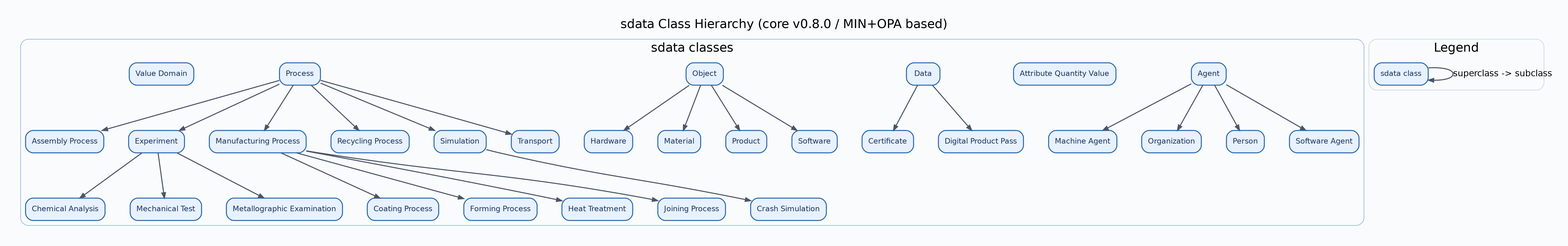
Before: docs/diagrams/sdata-class-hierarchy.png, a diagram exported from Graphviz (lepy/sdata-ontology). Its source is kept beside it as docs/diagrams/sdata-class-hierarchy.dot.
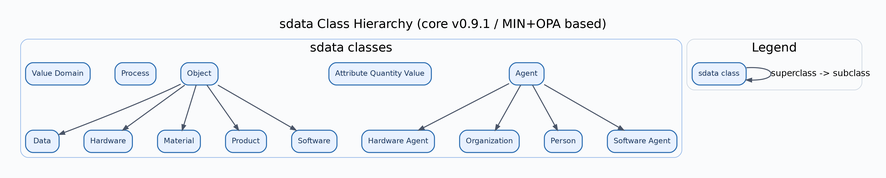
Later version of the same file.

Change to the diagram source:
```diff
@@ -2,7 +2,7 @@
 	graph [bgcolor="#FAFBFC",
 		fontname=Helvetica,
 		fontsize=20,
-		label="sdata Class Hierarchy (core v0.8.0 / MIN+OPA based)",
+		label="sdata Class Hierarchy (core v0.9.1 / MIN+OPA based)",
 		labeljust=c,
 		labelloc=t,
 		nodesep=0.55,
@@ -34,78 +34,26 @@
 			fillcolor="#E8F1FF",
 			fontcolor="#1A365D",
 			label=Agent];
-		"https://w3id.org/sdata/core/AssemblyProcess"	[color="#2B6CB0",
-			fillcolor="#E8F1FF",
-			fontcolor="#1A365D",
-			label="Assembly Process"];
 		"https://w3id.org/sdata/core/AttributeQuantityValue"	[color="#2B6CB0",
 			fillcolor="#E8F1FF",
 			fontcolor="#1A365D",
 			label="Attribute Quantity Value"];
-		"https://w3id.org/sdata/core/Certificate"	[color="#2B6CB0",
-			fillcolor="#E8F1FF",
-			fontcolor="#1A365D",
-			label=Certificate];
-		"https://w3id.org/sdata/core/ChemicalAnalysis"	[color="#2B6CB0",
-			fillcolor="#E8F1FF",
-			fontcolor="#1A365D",
-			label="Chemical Analysis"];
-		"https://w3id.org/sdata/core/CoatingProcess"	[color="#2B6CB0",
-			fillcolor="#E8F1FF",
-			fontcolor="#1A365D",
-			label="Coating Process"];
-		"https://w3id.org/sdata/core/CrashSimulation"	[color="#2B6CB0",
-			fillcolor="#E8F1FF",
-			fontcolor="#1A365D",
-			label="Crash Simulation"];
 		"https://w3id.org/sdata/core/Data"	[color="#2B6CB0",
 			fillcolor="#E8F1FF",
 			fontcolor="#1A365D",
 			label=Data];
-		"https://w3id.org/sdata/core/DigitalProductPass"	[color="#2B6CB0",
-			fillcolor="#E8F1FF",
-			fontcolor="#1A365D",
-			label="Digital Product Pass"];
-		"https://w3id.org/sdata/core/Experiment"	[color="#2B6CB0",
-			fillcolor="#E8F1FF",
-			fontcolor="#1A365D",
-			label=Experiment];
-		"https://w3id.org/sdata/core/FormingProcess"	[color="#2B6CB0",
-			fillcolor="#E8F1FF",
-			fontcolor="#1A365D",
-			label="Forming Process"];
 		"https://w3id.org/sdata/core/Hardware"	[color="#2B6CB0",
 			fillcolor="#E8F1FF",
 			fontcolor="#1A365D",
 			label=Hardware];
-		"https://w3id.org/sdata/core/HeatTreatment"	[color="#2B6CB0",
+		"https://w3id.org/sdata/core/HardwareAgent"	[color="#2B6CB0",
 			fillcolor="#E8F1FF",
 			fontcolor="#1A365D",
-			label="Heat Treatment"];
-		"https://w3id.org/sdata/core/JoiningProcess"	[color="#2B6CB0",
-			fillcolor="#E8F1FF",
-			fontcolor="#1A365D",
-			label="Joining Process"];
-		"https://w3id.org/sdata/core/MachineAgent"	[color="#2B6CB0",
-			fillcolor="#E8F1FF",
-			fontcolor="#1A365D",
-			label="Machine Agent"];
-		"https://w3id.org/sdata/core/ManufacturingProcess"	[color="#2B6CB0",
-			fillcolor="#E8F1FF",
-			fontcolor="#1A365D",
-			label="Manufacturing Process"];
+			label="Hardware Agent"];
 		"https://w3id.org/sdata/core/Material"	[color="#2B6CB0",
 			fillcolor="#E8F1FF",
 			fontcolor="#1A365D",
 			label=Material];
-		"https://w3id.org/sdata/core/MechanicalTest"	[color="#2B6CB0",
-			fillcolor="#E8F1FF",
-			fontcolor="#1A365D",
-			label="Mechanical Test"];
-		"https://w3id.org/sdata/core/MetallographicExamination"	[color="#2B6CB0",
-			fillcolor="#E8F1FF",
-			fontcolor="#1A365D",
-			label="Metallographic Examination"];
 		"https://w3id.org/sdata/core/Object"	[color="#2B6CB0",
 			fillcolor="#E8F1FF",
 			fontcolor="#1A365D",
@@ -126,14 +74,6 @@
 			fillcolor="#E8F1FF",
 			fontcolor="#1A365D",
 			label=Product];
-		"https://w3id.org/sdata/core/RecyclingProcess"	[color="#2B6CB0",
-			fillcolor="#E8F1FF",
-			fontcolor="#1A365D",
-			label="Recycling Process"];
-		"https://w3id.org/sdata/core/Simulation"	[color="#2B6CB0",
-			fillcolor="#E8F1FF",
-			fontcolor="#1A365D",
-			label=Simulation];
 		"https://w3id.org/sdata/core/Software"	[color="#2B6CB0",
 			fillcolor="#E8F1FF",
 			fontcolor="#1A365D",
@@ -142,10 +82,6 @@
 			fillcolor="#E8F1FF",
 			fontcolor="#1A365D",
 			label="Software Agent"];
-		"https://w3id.org/sdata/core/Transport"	[color="#2B6CB0",
-			fillcolor="#E8F1FF",
-			fontcolor="#1A365D",
-			label=Transport];
 		"https://w3id.org/sdata/core/ValueDomain"	[color="#2B6CB0",
 			fillcolor="#E8F1FF",
 			fontcolor="#1A365D",
@@ -162,28 +98,13 @@
 			label="sdata class"];
 		legend_sdata -> legend_sdata	[label="superclass -> subclass"];
 	}
-	"https://w3id.org/sdata/core/Agent" -> "https://w3id.org/sdata/core/MachineAgent";
+	"https://w3id.org/sdata/core/Agent" -> "https://w3id.org/sdata/core/HardwareAgent";
 	"https://w3id.org/sdata/core/Agent" -> "https://w3id.org/sdata/core/Organization";
 	"https://w3id.org/sdata/core/Agent" -> "https://w3id.org/sdata/core/Person";
 	"https://w3id.org/sdata/core/Agent" -> "https://w3id.org/sdata/core/SoftwareAgent";
-	"https://w3id.org/sdata/core/Data" -> "https://w3id.org/sdata/core/Certificate";
-	"https://w3id.org/sdata/core/Data" -> "https://w3id.org/sdata/core/DigitalProductPass";
-	"https://w3id.org/sdata/core/Experiment" -> "https://w3id.org/sdata/core/ChemicalAnalysis";
-	"https://w3id.org/sdata/core/Experiment" -> "https://w3id.org/sdata/core/MechanicalTest";
-	"https://w3id.org/sdata/core/Experiment" -> "https://w3id.org/sdata/core/MetallographicExamination";
-	"https://w3id.org/sdata/core/ManufacturingProcess" -> "https://w3id.org/sdata/core/CoatingProcess";
-	"https://w3id.org/sdata/core/ManufacturingProcess" -> "https://w3id.org/sdata/core/FormingProcess";
-	"https://w3id.org/sdata/core/ManufacturingProcess" -> "https://w3id.org/sdata/core/HeatTreatment";
-	"https://w3id.org/sdata/core/ManufacturingProcess" -> "https://w3id.org/sdata/core/JoiningProcess";
+	"https://w3id.org/sdata/core/Object" -> "https://w3id.org/sdata/core/Data";
 	"https://w3id.org/sdata/core/Object" -> "https://w3id.org/sdata/core/Hardware";
 	"https://w3id.org/sdata/core/Object" -> "https://w3id.org/sdata/core/Material";
 	"https://w3id.org/sdata/core/Object" -> "https://w3id.org/sdata/core/Product";
 	"https://w3id.org/sdata/core/Object" -> "https://w3id.org/sdata/core/Software";
-	"https://w3id.org/sdata/core/Process" -> "https://w3id.org/sdata/core/AssemblyProcess";
-	"https://w3id.org/sdata/core/Process" -> "https://w3id.org/sdata/core/Experiment";
-	"https://w3id.org/sdata/core/Process" -> "https://w3id.org/sdata/core/ManufacturingProcess";
-	"https://w3id.org/sdata/core/Process" -> "https://w3id.org/sdata/core/RecyclingProcess";
-	"https://w3id.org/sdata/core/Process" -> "https://w3id.org/sdata/core/Simulation";
-	"https://w3id.org/sdata/core/Process" -> "https://w3id.org/sdata/core/Transport";
-	"https://w3id.org/sdata/core/Simulation" -> "https://w3id.org/sdata/core/CrashSimulation";
 }
```
